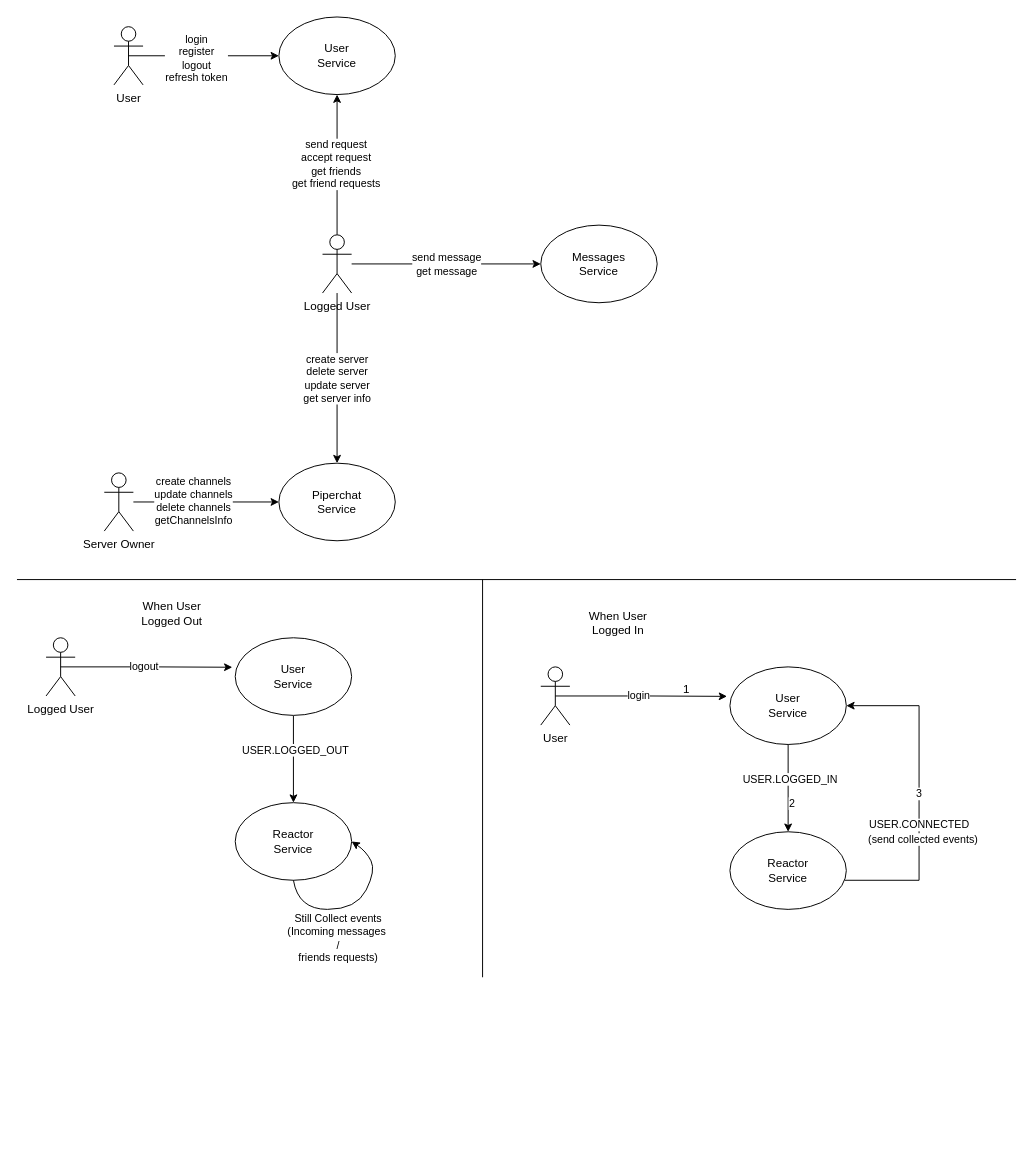
Before: page "Casi d'uso" (8 of 8) of piperchat.drawio in zucchero-sintattico/piperchat, a draw.io diagram. Source tidied: cells renumbered, new cells numbered last; positions are measured from the earlier drawing's top-left corner, leaving out a move shared by most shapes. Both pictures are drawn from the tidied source at 97%, with x=0, y=0 at pixel (16, 16).
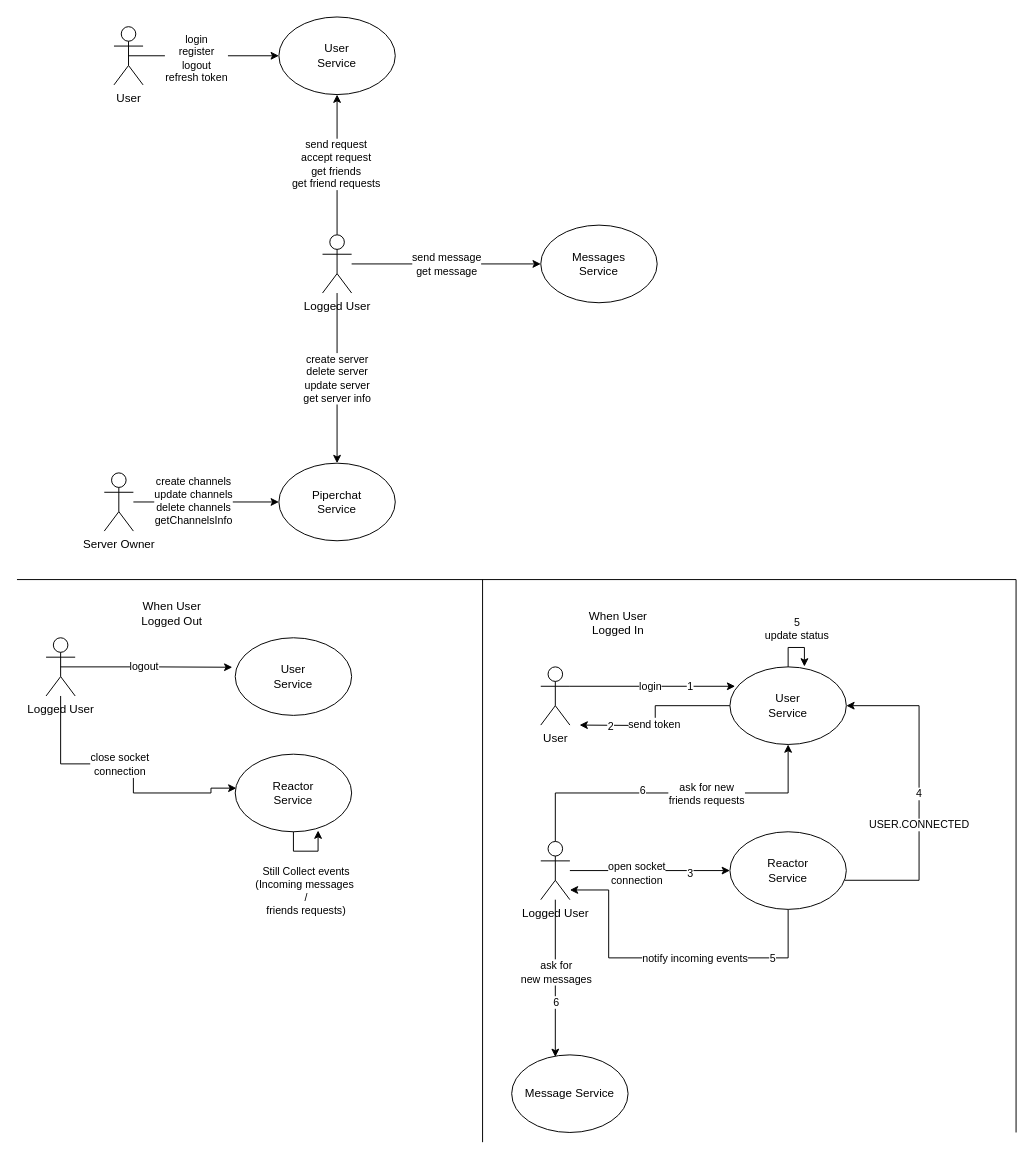
The same page after the edit.

The change refers to these unchanged cells:
```xml
<mxCell id="19" value="Logged User" style="shape=umlActor;verticalLabelPosition=bottom;verticalAlign=top;html=1;outlineConnect=0;" parent="1" vertex="1">
  <mxGeometry x="30" y="640" width="30" height="60" as="geometry" />
</mxCell>
<mxCell id="22" value="User&lt;br&gt;Service" style="ellipse;whiteSpace=wrap;html=1;" parent="1" vertex="1">
  <mxGeometry x="225" y="640" width="120" height="80" as="geometry" />
</mxCell>
<mxCell id="31" value="User" style="shape=umlActor;verticalLabelPosition=bottom;verticalAlign=top;html=1;outlineConnect=0;" parent="1" vertex="1">
  <mxGeometry x="540" y="670" width="30" height="60" as="geometry" />
</mxCell>
<mxCell id="35" value="User&lt;br&gt;Service" style="ellipse;whiteSpace=wrap;html=1;" parent="1" vertex="1">
  <mxGeometry x="735" y="670" width="120" height="80" as="geometry" />
</mxCell>
<mxCell id="39" value="Reactor&lt;br&gt;Service" style="ellipse;whiteSpace=wrap;html=1;" parent="1" vertex="1">
  <mxGeometry x="735" y="840" width="120" height="80" as="geometry" />
</mxCell>
```

What changed in the source:
```diff
@@
+    <mxCell id="41" style="edgeStyle=orthogonalEdgeStyle;rounded=0;jettySize=auto;html=1;entryX=0.01;entryY=0.438;entryDx=0;entryDy=0;entryPerimeter=0;" parent="1" edge="1" source="19" target="24">
+      <mxGeometry relative="1" as="geometry">
+        <Array as="points">
+          <mxPoint x="45" y="770" />
+          <mxPoint x="120" y="770" />
+          <mxPoint x="120" y="800" />
+          <mxPoint x="200" y="800" />
+          <mxPoint x="200" y="795" />
+        </Array>
+      </mxGeometry>
+    </mxCell>
+    <mxCell id="42" value="close socket&lt;br&gt;connection" style="edgeLabel;html=1;align=center;verticalAlign=middle;" parent="41" vertex="1">
+      <mxGeometry x="-0.25" relative="1" as="geometry">
+        <mxPoint x="23" as="offset" />
+      </mxGeometry>
+    </mxCell>
@@
-    <mxCell id="20" style="edgeStyle=orthogonalEdgeStyle;rounded=0;jettySize=auto;html=1;" parent="1" edge="1" source="22" target="24">
-      <mxGeometry relative="1" as="geometry" />
-    </mxCell>
-    <mxCell id="21" value="USER.LOGGED_OUT" style="edgeLabel;html=1;align=center;verticalAlign=middle;" parent="20" vertex="1">
-      <mxGeometry x="-0.22" y="1" relative="1" as="geometry" />
-    </mxCell>
@@
     <mxCell id="24" value="Reactor&lt;br&gt;Service" style="ellipse;whiteSpace=wrap;html=1;" parent="1" vertex="1">
-      <mxGeometry x="225" y="810" width="120" height="80" as="geometry" />
+      <mxGeometry x="225" y="760" width="120" height="80" as="geometry" />
     </mxCell>
-    <mxCell id="25" style="curved=1;endArrow=classic;html=1;rounded=0;exitX=0.5;exitY=1;exitDx=0;exitDy=0;entryX=1;entryY=0.5;entryDx=0;entryDy=0;" parent="1" edge="1" source="24" target="24">
-      <mxGeometry relative="1" as="geometry">
-        <Array as="points">
-          <mxPoint x="290" y="920" />
-          <mxPoint x="350" y="920" />
-          <mxPoint x="370" y="880" />
-          <mxPoint x="360" y="860" />
-        </Array>
-      </mxGeometry>
-    </mxCell>
-    <mxCell id="26" value="Still Collect events&lt;br&gt;(Incoming messages&amp;nbsp;&lt;br&gt;/&lt;br&gt;friends requests)" style="edgeLabel;html=1;align=center;verticalAlign=middle;" parent="25" vertex="1">
-      <mxGeometry x="0.09" y="-1" relative="1" as="geometry">
-        <mxPoint x="-23" y="34" as="offset" />
-      </mxGeometry>
-    </mxCell>
@@
     <mxCell id="28" style="endArrow=none;html=1;rounded=0;" parent="1" edge="1">
       <mxGeometry relative="1" as="geometry">
         <mxPoint x="480" y="580" as="sourcePoint" />
-        <mxPoint x="480" y="990" as="targetPoint" />
+        <mxPoint x="480" y="1160" as="targetPoint" />
       </mxGeometry>
     </mxCell>
-    <mxCell id="29" style="edgeStyle=orthogonalEdgeStyle;rounded=0;jettySize=auto;html=1;exitX=0.5;exitY=0.5;exitDx=0;exitDy=0;exitPerimeter=0;entryX=-0.025;entryY=0.38;entryDx=0;entryDy=0;entryPerimeter=0;" parent="1" edge="1" source="31" target="35">
+    <mxCell id="29" style="edgeStyle=orthogonalEdgeStyle;rounded=0;jettySize=auto;html=1;entryX=0.045;entryY=0.25;entryDx=0;entryDy=0;entryPerimeter=0;exitX=1;exitY=0.3333333333333333;exitDx=0;exitDy=0;exitPerimeter=0;" parent="1" edge="1" source="31" target="35">
       <mxGeometry relative="1" as="geometry" />
     </mxCell>
@@
+    <mxCell id="40" value="1" style="edgeLabel;html=1;align=center;verticalAlign=middle;" parent="29" vertex="1">
+      <mxGeometry x="0.44" y="1" relative="1" as="geometry" />
+    </mxCell>
@@
-    <mxCell id="32" style="edgeStyle=orthogonalEdgeStyle;rounded=0;jettySize=auto;html=1;" parent="1" edge="1" source="35" target="39">
-      <mxGeometry relative="1" as="geometry" />
-    </mxCell>
-    <mxCell id="33" value="USER.LOGGED_IN" style="edgeLabel;html=1;align=center;verticalAlign=middle;" parent="32" vertex="1">
-      <mxGeometry x="-0.22" y="1" relative="1" as="geometry" />
-    </mxCell>
+    <mxCell id="43" style="edgeStyle=orthogonalEdgeStyle;rounded=0;jettySize=auto;html=1;" parent="1" edge="1" source="35">
+      <mxGeometry relative="1" as="geometry">
+        <mxPoint x="580" y="730" as="targetPoint" />
+      </mxGeometry>
+    </mxCell>
+    <mxCell id="44" value="send token" style="edgeLabel;html=1;align=center;verticalAlign=middle;" parent="43" vertex="1">
+      <mxGeometry x="0.13" y="-2" relative="1" as="geometry" />
+    </mxCell>
-    <mxCell id="34" value="2" style="edgeLabel;html=1;align=center;verticalAlign=middle;" parent="32" vertex="1">
-      <mxGeometry x="0.33" y="3" relative="1" as="geometry" />
+    <mxCell id="34" value="2" style="edgeLabel;html=1;align=center;verticalAlign=middle;" parent="43" vertex="1">
+      <mxGeometry x="0.64" y="1" relative="1" as="geometry" />
     </mxCell>
@@
-    <mxCell id="36" value="3" style="edgeStyle=orthogonalEdgeStyle;rounded=0;jettySize=auto;html=1;entryX=1;entryY=0.5;entryDx=0;entryDy=0;" parent="1" edge="1" source="39" target="35">
+    <mxCell id="36" value="4" style="edgeStyle=orthogonalEdgeStyle;rounded=0;jettySize=auto;html=1;entryX=1;entryY=0.5;entryDx=0;entryDy=0;" parent="1" edge="1" source="39" target="35">
       <mxGeometry relative="1" as="geometry">
         <Array as="points">
           <mxPoint x="930" y="890" />
           <mxPoint x="930" y="710" />
         </Array>
       </mxGeometry>
     </mxCell>
@@
-    <mxCell id="38" value="(send collected events)" style="edgeLabel;html=1;align=center;verticalAlign=middle;" parent="36" vertex="1">
-      <mxGeometry x="-0.28" y="-3" relative="1" as="geometry" />
-    </mxCell>
+    <mxCell id="45" style="edgeStyle=orthogonalEdgeStyle;rounded=0;jettySize=auto;html=1;" parent="1" edge="1" source="39" target="58">
+      <mxGeometry relative="1" as="geometry">
+        <Array as="points">
+          <mxPoint x="795" y="970" />
+          <mxPoint x="610" y="970" />
+          <mxPoint x="610" y="900" />
+        </Array>
+      </mxGeometry>
+    </mxCell>
+    <mxCell id="46" value="notify incoming events" style="edgeLabel;html=1;align=center;verticalAlign=middle;" parent="45" vertex="1">
+      <mxGeometry x="-0.15" relative="1" as="geometry" />
+    </mxCell>
+    <mxCell id="47" value="5" style="edgeLabel;html=1;align=center;verticalAlign=middle;" parent="45" vertex="1">
+      <mxGeometry x="-0.61" relative="1" as="geometry" />
+    </mxCell>
@@
-    <mxCell id="40" value="1" style="text;html=1;align=center;verticalAlign=middle;strokeColor=none;fillColor=none;" parent="1" vertex="1">
-      <mxGeometry x="675" y="678" width="30" height="30" as="geometry" />
-    </mxCell>
+    <mxCell id="48" style="endArrow=none;html=1;rounded=0;" parent="1" edge="1">
+      <mxGeometry relative="1" as="geometry">
+        <mxPoint x="1030" y="1150" as="sourcePoint" />
+        <mxPoint x="1030" y="580" as="targetPoint" />
+      </mxGeometry>
+    </mxCell>
+    <mxCell id="49" style="edgeStyle=orthogonalEdgeStyle;rounded=0;jettySize=auto;html=1;" parent="1" edge="1" source="58" target="39">
+      <mxGeometry relative="1" as="geometry" />
+    </mxCell>
+    <mxCell id="50" value="open socket &lt;br&gt;connection" style="edgeLabel;html=1;align=center;verticalAlign=middle;" parent="49" vertex="1">
+      <mxGeometry x="-0.17" y="-2" relative="1" as="geometry" />
+    </mxCell>
+    <mxCell id="51" value="3" style="edgeLabel;html=1;align=center;verticalAlign=middle;" parent="49" vertex="1">
+      <mxGeometry x="0.49" y="-2" relative="1" as="geometry" />
+    </mxCell>
+    <mxCell id="52" style="edgeStyle=orthogonalEdgeStyle;rounded=0;jettySize=auto;html=1;entryX=0.375;entryY=0.027;entryDx=0;entryDy=0;entryPerimeter=0;" parent="1" edge="1" source="58" target="59">
+      <mxGeometry relative="1" as="geometry" />
+    </mxCell>
+    <mxCell id="53" value="6" style="edgeLabel;html=1;align=center;verticalAlign=middle;" parent="52" vertex="1">
+      <mxGeometry x="0.29" relative="1" as="geometry" />
+    </mxCell>
+    <mxCell id="54" value="ask for &lt;br&gt;new messages" style="edgeLabel;html=1;align=center;verticalAlign=middle;" parent="52" vertex="1">
+      <mxGeometry x="-0.09" relative="1" as="geometry" />
+    </mxCell>
+    <mxCell id="55" style="edgeStyle=orthogonalEdgeStyle;rounded=0;jettySize=auto;html=1;" parent="1" edge="1" source="58" target="35">
+      <mxGeometry relative="1" as="geometry">
+        <Array as="points">
+          <mxPoint x="555" y="800" />
+          <mxPoint x="795" y="800" />
+        </Array>
+      </mxGeometry>
+    </mxCell>
+    <mxCell id="56" value="6" style="edgeLabel;html=1;align=center;verticalAlign=middle;" parent="55" vertex="1">
+      <mxGeometry x="-0.18" y="3" relative="1" as="geometry" />
+    </mxCell>
+    <mxCell id="57" value="ask for new&lt;br&gt;friends requests" style="edgeLabel;html=1;align=center;verticalAlign=middle;" parent="55" vertex="1">
+      <mxGeometry x="0.05" y="-2" relative="1" as="geometry">
+        <mxPoint x="26" y="-2" as="offset" />
+      </mxGeometry>
+    </mxCell>
+    <mxCell id="58" value="Logged User" style="shape=umlActor;verticalLabelPosition=bottom;verticalAlign=top;html=1;outlineConnect=0;" parent="1" vertex="1">
+      <mxGeometry x="540" y="850" width="30" height="60" as="geometry" />
+    </mxCell>
+    <mxCell id="59" value="Message Service" style="ellipse;whiteSpace=wrap;html=1;" parent="1" vertex="1">
+      <mxGeometry x="510" y="1070" width="120" height="80" as="geometry" />
+    </mxCell>
+    <mxCell id="60" style="edgeStyle=orthogonalEdgeStyle;rounded=0;orthogonalLoop=1;jettySize=auto;html=1;entryX=0.64;entryY=-0.005;entryDx=0;entryDy=0;entryPerimeter=0;" parent="1" edge="1" source="35" target="35">
+      <mxGeometry relative="1" as="geometry">
+        <Array as="points">
+          <mxPoint x="795" y="650" />
+          <mxPoint x="812" y="650" />
+        </Array>
+      </mxGeometry>
+    </mxCell>
+    <mxCell id="61" value="5&lt;br&gt;update status" style="edgeLabel;html=1;align=center;verticalAlign=middle;" parent="60" vertex="1">
+      <mxGeometry x="0.01" y="1" relative="1" as="geometry">
+        <mxPoint y="-19" as="offset" />
+      </mxGeometry>
+    </mxCell>
+    <mxCell id="25" style="edgeStyle=orthogonalEdgeStyle;rounded=0;orthogonalLoop=1;jettySize=auto;html=1;entryX=0.712;entryY=0.984;entryDx=0;entryDy=0;entryPerimeter=0;" parent="1" edge="1" source="24" target="24">
+      <mxGeometry relative="1" as="geometry">
+        <Array as="points">
+          <mxPoint x="285" y="860" />
+          <mxPoint x="310" y="860" />
+        </Array>
+      </mxGeometry>
+    </mxCell>
+    <mxCell id="26" value="Still Collect events&lt;br style=&quot;border-color: var(--border-color);&quot;&gt;(Incoming messages&amp;nbsp;&lt;br style=&quot;border-color: var(--border-color);&quot;&gt;/&lt;br style=&quot;border-color: var(--border-color);&quot;&gt;friends requests)" style="edgeLabel;html=1;align=center;verticalAlign=middle;" parent="25" vertex="1">
+      <mxGeometry x="-0.03" relative="1" as="geometry">
+        <mxPoint y="40" as="offset" />
+      </mxGeometry>
+    </mxCell>
```
